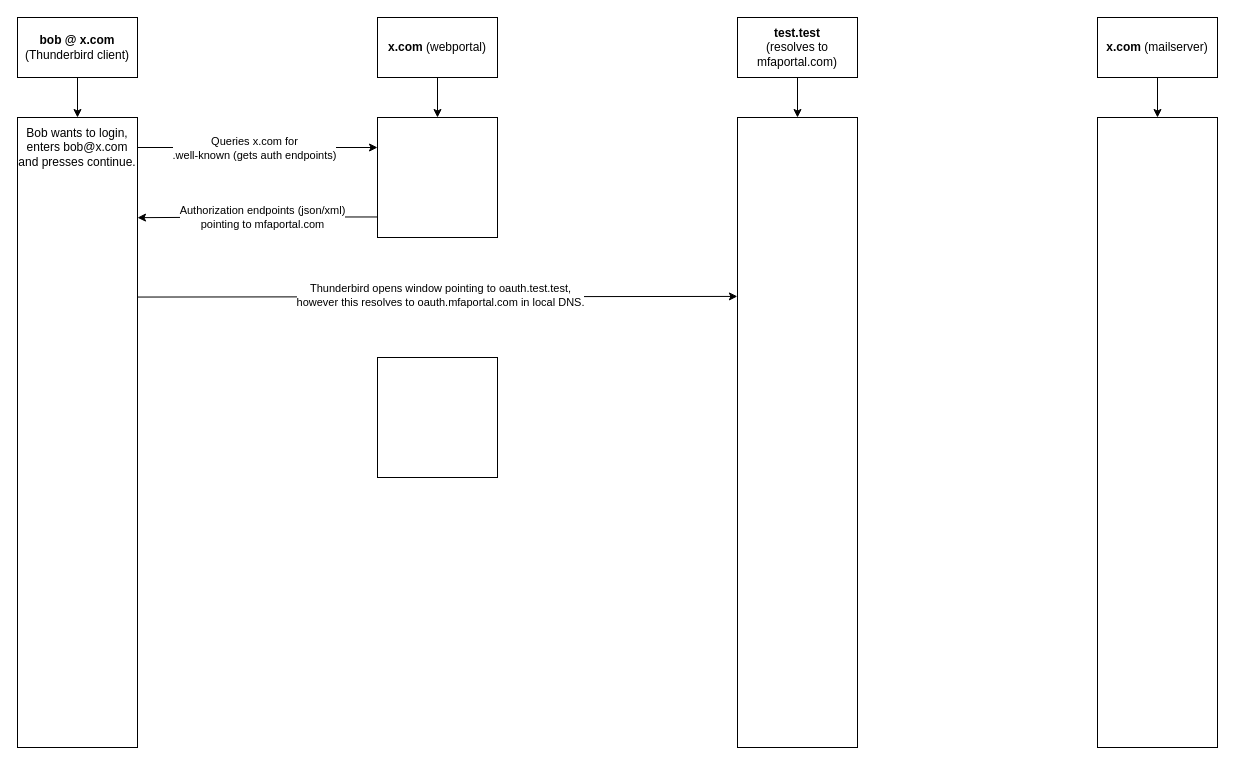
This is Vertical Lifelines OAuth2 DNS.drawio from Indigo6415/MFA-Implementation-IMAP, a draw.io file, before an edit. Source tidied: cells renumbered, new cells numbered last; positions are measured from the earlier drawing's top-left corner, leaving out a move shared by most shapes. Both pictures are drawn from the tidied source at 100%, with x=0, y=0 at pixel (17, 17).
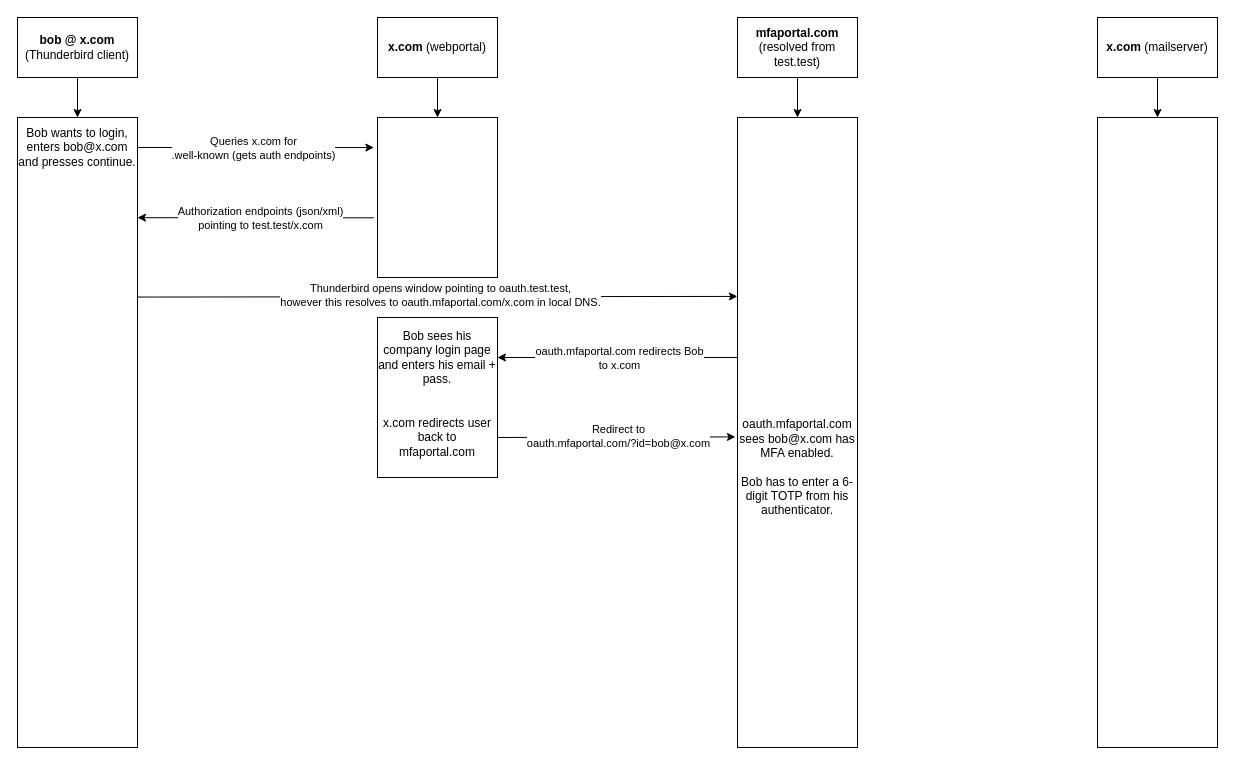
The same diagram, later.

The change refers to these unchanged cells:
```xml
<mxCell id="10" style="rounded=0;whiteSpace=wrap;html=1;" parent="1" vertex="1">
  <mxGeometry y="100" width="120" height="630" as="geometry" />
</mxCell>
<mxCell id="12" style="rounded=0;whiteSpace=wrap;html=1;" parent="1" vertex="1">
  <mxGeometry x="720" y="100" width="120" height="630" as="geometry" />
</mxCell>
<mxCell id="14" value="Bob wants to login, enters bob@x.com and presses continue." style="text;html=1;whiteSpace=wrap;strokeColor=none;fillColor=none;align=center;verticalAlign=middle;rounded=0;" parent="1" vertex="1">
  <mxGeometry y="100" width="120" height="60" as="geometry" />
</mxCell>
<mxCell id="19" style="endArrow=classic;html=1;rounded=0;exitX=0.999;exitY=0.285;exitDx=0;exitDy=0;exitPerimeter=0;entryX=-0.001;entryY=0.284;entryDx=0;entryDy=0;entryPerimeter=0;" parent="1" edge="1" source="10" target="12">
  <mxGeometry relative="1" as="geometry" />
</mxCell>
```

The edit, as a diff of the source:
```diff
@@
-    <mxCell id="7" value="&lt;b&gt;test.test&lt;/b&gt;&lt;div&gt;(resolves to mfaportal.com)&lt;/div&gt;" style="rounded=0;whiteSpace=wrap;html=1;" parent="1" vertex="1">
+    <mxCell id="7" value="&lt;b&gt;mfaportal.com&lt;/b&gt;&lt;br&gt;(resolved from test.test)" style="rounded=0;whiteSpace=wrap;html=1;" parent="1" vertex="1">
       <mxGeometry x="720" width="120" height="60" as="geometry" />
     </mxCell>
@@
     <mxCell id="11" style="rounded=0;whiteSpace=wrap;html=1;" parent="1" vertex="1">
-      <mxGeometry x="360" y="100" width="120" height="120" as="geometry" />
+      <mxGeometry x="360" y="100" width="120" height="160" as="geometry" />
     </mxCell>
@@
-    <mxCell id="15" style="edgeStyle=orthogonalEdgeStyle;rounded=0;jettySize=auto;html=1;entryX=0;entryY=0.25;entryDx=0;entryDy=0;" parent="1" edge="1" source="14" target="11">
+    <mxCell id="15" style="edgeStyle=orthogonalEdgeStyle;rounded=0;jettySize=auto;html=1;entryX=-0.03;entryY=0.188;entryDx=0;entryDy=0;entryPerimeter=0;" parent="1" edge="1" source="14" target="11">
       <mxGeometry relative="1" as="geometry" />
     </mxCell>
@@
-    <mxCell id="17" style="edgeStyle=orthogonalEdgeStyle;rounded=0;jettySize=auto;html=1;entryX=1;entryY=0.159;entryDx=0;entryDy=0;entryPerimeter=0;exitX=0.004;exitY=0.829;exitDx=0;exitDy=0;exitPerimeter=0;" parent="1" edge="1" source="11" target="10">
+    <mxCell id="17" style="edgeStyle=orthogonalEdgeStyle;rounded=0;jettySize=auto;html=1;entryX=1;entryY=0.159;entryDx=0;entryDy=0;entryPerimeter=0;exitX=-0.03;exitY=0.627;exitDx=0;exitDy=0;exitPerimeter=0;" parent="1" edge="1" source="11" target="10">
       <mxGeometry relative="1" as="geometry" />
     </mxCell>
-    <mxCell id="18" value="Authorization endpoints (json/xml)&lt;br&gt;pointing to mfaportal.com" style="edgeLabel;html=1;align=center;verticalAlign=middle;" parent="17" vertex="1">
+    <mxCell id="18" value="Authorization endpoints (json/xml)&lt;br&gt;pointing to test.test/x.com" style="edgeLabel;html=1;align=center;verticalAlign=middle;" parent="17" vertex="1">
       <mxGeometry x="-0.04" relative="1" as="geometry" />
     </mxCell>
@@
-    <mxCell id="20" value="Thunderbird opens window pointing to oauth.test.test,&lt;br&gt;however this resolves to oauth.mfaportal.com in local DNS." style="edgeLabel;html=1;align=center;verticalAlign=middle;" parent="19" vertex="1">
+    <mxCell id="20" value="Thunderbird opens window pointing to oauth.test.test,&lt;br&gt;however this resolves to oauth.mfaportal.com/x.com in local DNS." style="edgeLabel;html=1;align=center;verticalAlign=middle;" parent="19" vertex="1">
       <mxGeometry x="0.01" y="2" relative="1" as="geometry" />
     </mxCell>
     <mxCell id="21" style="rounded=0;whiteSpace=wrap;html=1;" parent="1" vertex="1">
-      <mxGeometry x="360" y="340" width="120" height="120" as="geometry" />
+      <mxGeometry x="360" y="300" width="120" height="160" as="geometry" />
     </mxCell>
+    <mxCell id="22" style="endArrow=classic;html=1;rounded=0;entryX=1;entryY=0.25;entryDx=0;entryDy=0;exitX=0.003;exitY=0.381;exitDx=0;exitDy=0;exitPerimeter=0;" parent="1" edge="1" source="12" target="21">
+      <mxGeometry relative="1" as="geometry" />
+    </mxCell>
+    <mxCell id="23" value="oauth.mfaportal.com redirects Bob&lt;br&gt;to x.com" style="edgeLabel;html=1;align=center;verticalAlign=middle;" parent="22" vertex="1">
+      <mxGeometry x="-0.01" relative="1" as="geometry" />
+    </mxCell>
+    <mxCell id="24" style="endArrow=classic;html=1;rounded=0;exitX=1;exitY=0.75;exitDx=0;exitDy=0;entryX=-0.017;entryY=0.507;entryDx=0;entryDy=0;entryPerimeter=0;" parent="1" edge="1" source="21" target="12">
+      <mxGeometry relative="1" as="geometry" />
+    </mxCell>
+    <mxCell id="25" value="Redirect to &lt;br&gt;oauth.mfaportal.com/?id=bob@x.com" style="edgeLabel;html=1;align=center;verticalAlign=middle;" parent="24" vertex="1">
+      <mxGeometry x="0.02" y="1" relative="1" as="geometry" />
+    </mxCell>
+    <mxCell id="26" value="Bob sees his company login page and enters his email + pass." style="text;html=1;whiteSpace=wrap;strokeColor=none;fillColor=none;align=center;verticalAlign=middle;rounded=0;" parent="1" vertex="1">
+      <mxGeometry x="360" y="300" width="120" height="80" as="geometry" />
+    </mxCell>
+    <mxCell id="27" value="x.com redirects user back to mfaportal.com" style="text;html=1;whiteSpace=wrap;strokeColor=none;fillColor=none;align=center;verticalAlign=middle;rounded=0;" parent="1" vertex="1">
+      <mxGeometry x="360" y="380" width="120" height="80" as="geometry" />
+    </mxCell>
+    <mxCell id="28" value="oauth.mfaportal.com sees bob@x.com has MFA enabled.&lt;br&gt;&lt;br&gt;Bob has to enter a 6-digit TOTP from his authenticator." style="text;html=1;whiteSpace=wrap;strokeColor=none;fillColor=none;align=center;verticalAlign=middle;rounded=0;" parent="1" vertex="1">
+      <mxGeometry x="720" y="390" width="120" height="120" as="geometry" />
+    </mxCell>
```
